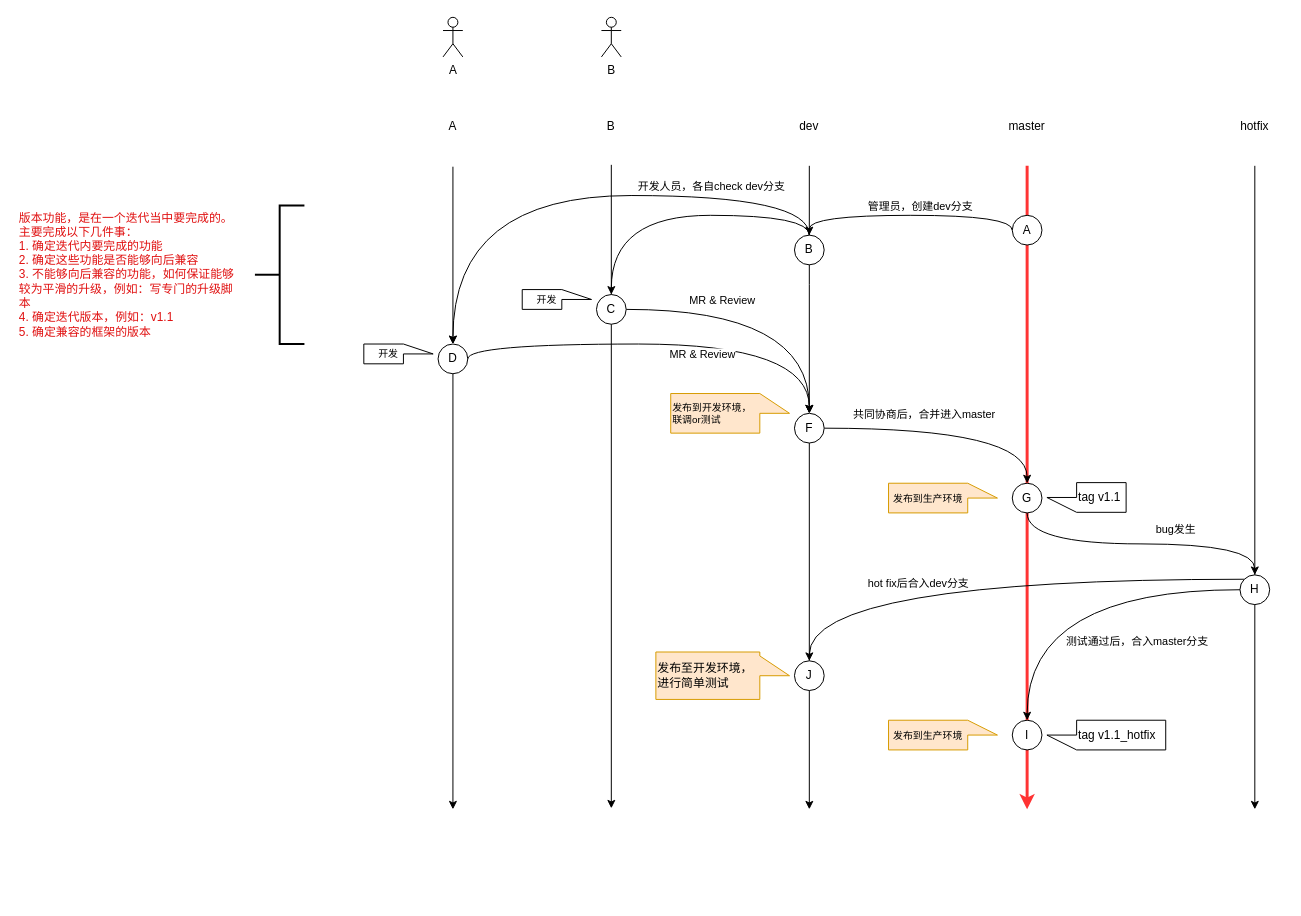
This is page "分支" (1 of 4) of 平台发布.drawio from ProgrammerLZ/drawio, a draw.io file, before an edit. Source tidied: cells renumbered, new cells numbered last; positions are measured from the earlier drawing's top-left corner, leaving out a move shared by most shapes. Both pictures are drawn from the tidied source at 99%, with x=0, y=0 at pixel (17, 17).
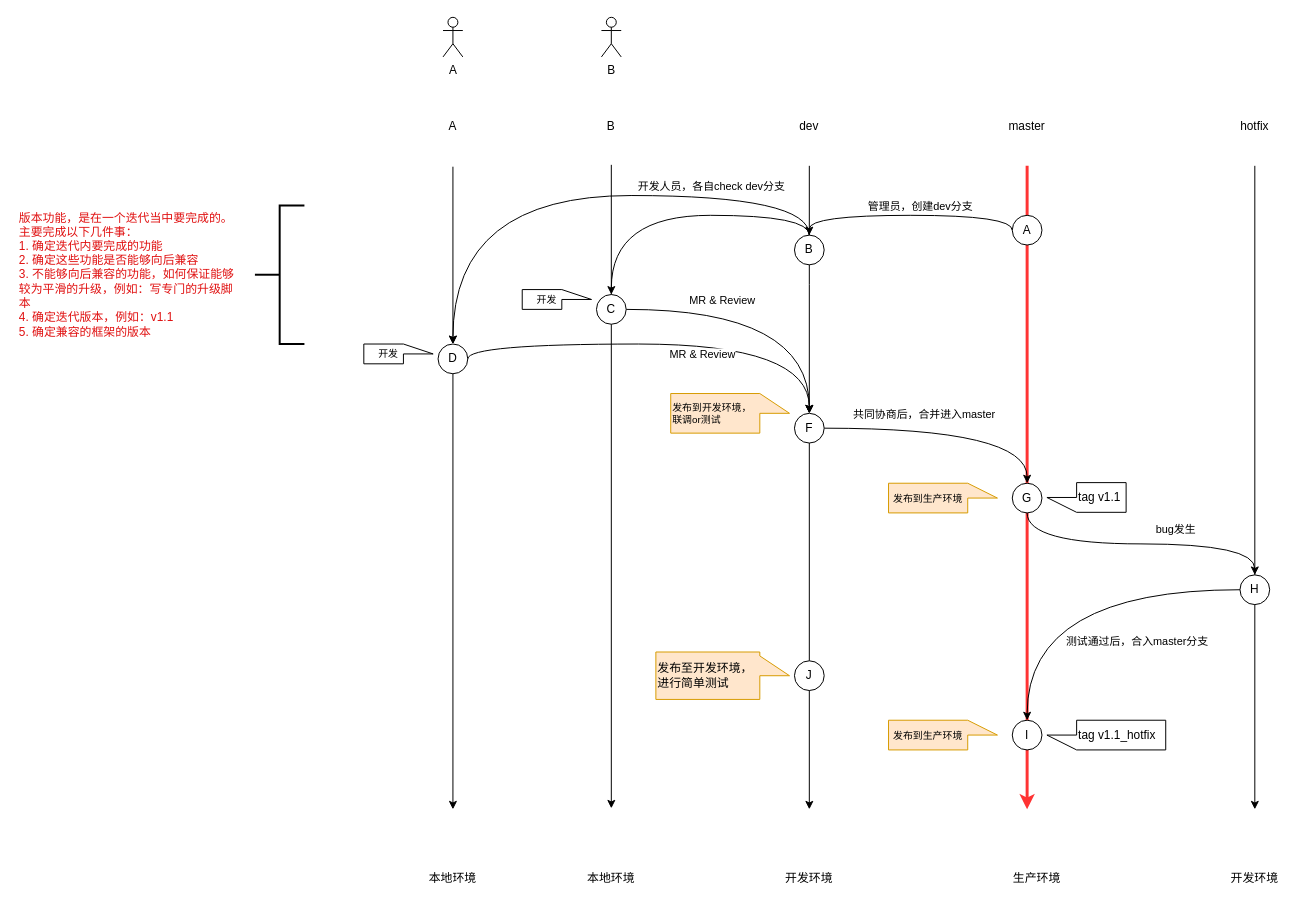
The same diagram, later.

Unchanged cells that the change refers to:
```xml
<mxCell id="36" value="J" style="ellipse;whiteSpace=wrap;html=1;" parent="1" vertex="1">
  <mxGeometry x="785" y="650" width="30" height="30" as="geometry" />
</mxCell>
<mxCell id="47" value="H" style="ellipse;whiteSpace=wrap;html=1;" parent="1" vertex="1">
  <mxGeometry x="1235" y="563.2" width="30" height="30" as="geometry" />
</mxCell>
```

Diff of the diagram source:
```diff
@@
-    <mxCell id="45" style="edgeStyle=orthogonalEdgeStyle;rounded=0;jettySize=auto;html=1;exitX=0;exitY=0;exitDx=0;exitDy=0;entryX=0.5;entryY=0;entryDx=0;entryDy=0;curved=1;" parent="1" edge="1" source="47" target="36">
-      <mxGeometry relative="1" as="geometry">
-        <Array as="points">
-          <mxPoint x="800" y="568" />
-        </Array>
-      </mxGeometry>
-    </mxCell>
-    <mxCell id="46" value="hot fix后合入dev分支" style="edgeLabel;html=1;align=center;verticalAlign=middle;" parent="45" vertex="1">
-      <mxGeometry x="-0.07" y="4" relative="1" as="geometry">
-        <mxPoint x="-87" as="offset" />
-      </mxGeometry>
-    </mxCell>
@@
+    <mxCell id="52" value="开发环境" style="text;html=1;align=center;verticalAlign=middle;whiteSpace=wrap;rounded=0;" parent="1" vertex="1">
+      <mxGeometry x="770" y="850" width="60" height="40" as="geometry" />
+    </mxCell>
+    <mxCell id="53" value="开发环境" style="text;html=1;align=center;verticalAlign=middle;whiteSpace=wrap;rounded=0;" parent="1" vertex="1">
+      <mxGeometry x="1220" y="850" width="60" height="40" as="geometry" />
+    </mxCell>
+    <mxCell id="54" value="生产环境" style="text;html=1;align=center;verticalAlign=middle;whiteSpace=wrap;rounded=0;" parent="1" vertex="1">
+      <mxGeometry x="1000" y="850" width="60" height="40" as="geometry" />
+    </mxCell>
+    <mxCell id="55" value="本地环境" style="text;html=1;align=center;verticalAlign=middle;whiteSpace=wrap;rounded=0;" parent="1" vertex="1">
+      <mxGeometry x="570" y="850" width="60" height="40" as="geometry" />
+    </mxCell>
+    <mxCell id="56" value="本地环境" style="text;html=1;align=center;verticalAlign=middle;whiteSpace=wrap;rounded=0;" parent="1" vertex="1">
+      <mxGeometry x="410" y="850" width="60" height="40" as="geometry" />
+    </mxCell>
```
